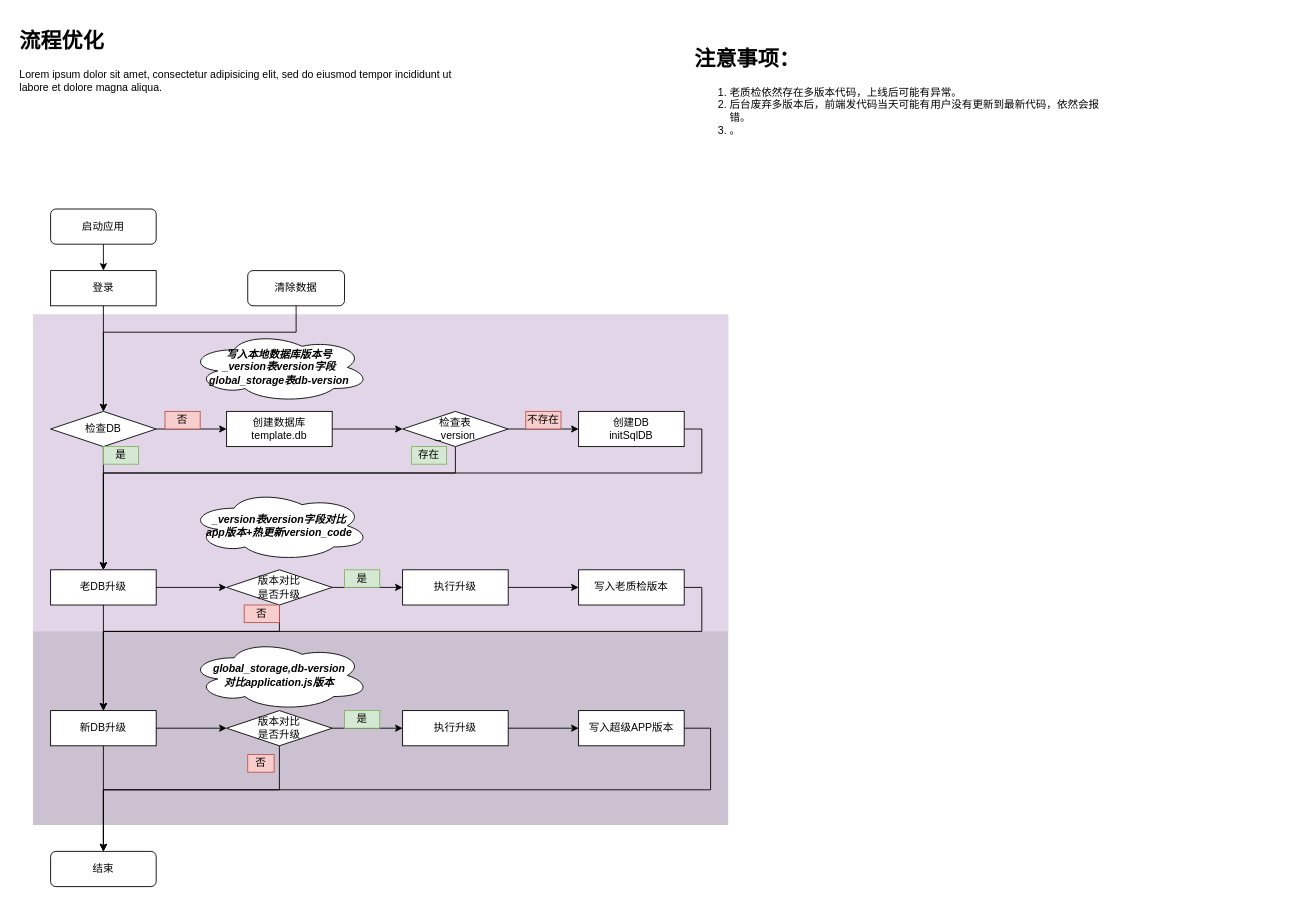
The draw.io diagram sync-data/Untitled Diagram.drawio in jsven/design-draw, before the edit. Source tidied: cells renumbered, new cells numbered last; positions are measured from the earlier drawing's top-left corner, leaving out a move shared by most shapes. Both pictures are drawn from the tidied source at 88%, with x=0, y=0 at pixel (15, 24).
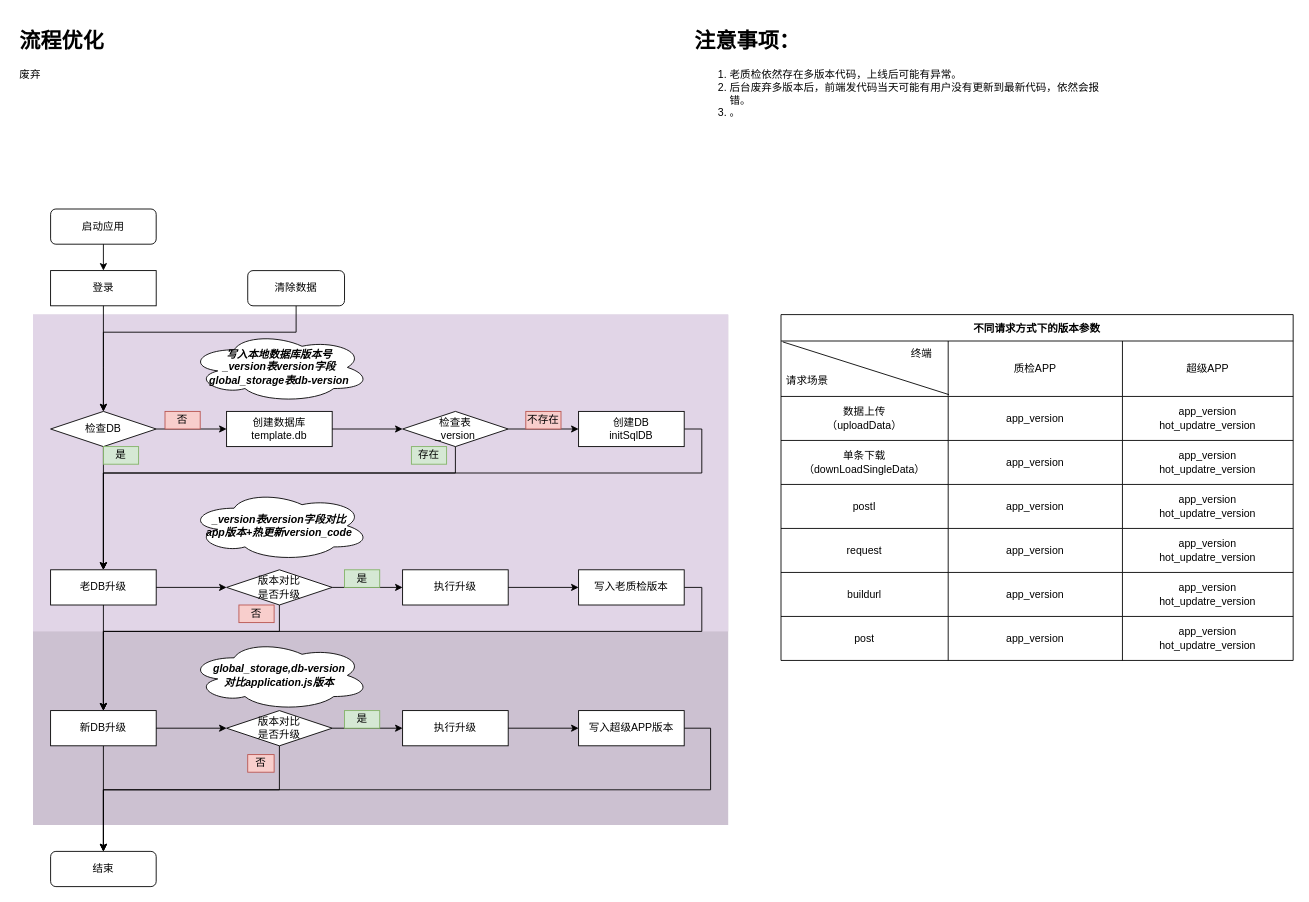
The same diagram, later.

What changed in the source:
```diff
@@
     <mxCell id="4" value="&lt;h1&gt;注意事项：&lt;/h1&gt;&lt;p&gt;&lt;/p&gt;&lt;ol&gt;&lt;li&gt;老质检依然存在多版本代码，上线后可能有异常。&lt;/li&gt;&lt;li&gt;后台废弃多版本后，前端发代码当天可能有用户没有更新到最新代码，依然会报错。&lt;/li&gt;&lt;li&gt;。&lt;/li&gt;&lt;/ol&gt;&lt;p&gt;&lt;/p&gt;" style="text;html=1;strokeColor=none;fillColor=none;spacing=5;spacingTop=-20;whiteSpace=wrap;overflow=hidden;rounded=0;" parent="1" vertex="1">
-      <mxGeometry x="767" y="20" width="470" height="130" as="geometry" />
+      <mxGeometry x="767" width="470" height="130" as="geometry" />
     </mxCell>
-    <mxCell id="5" value="&lt;h1&gt;流程优化&lt;/h1&gt;&lt;p&gt;Lorem ipsum dolor sit amet, consectetur adipisicing elit, sed do eiusmod tempor incididunt ut labore et dolore magna aliqua.&lt;/p&gt;" style="text;html=1;strokeColor=none;fillColor=none;spacing=5;spacingTop=-20;whiteSpace=wrap;overflow=hidden;rounded=0;" parent="1" vertex="1">
+    <mxCell id="5" value="&lt;h1&gt;流程优化&lt;/h1&gt;&lt;p&gt;废弃&lt;/p&gt;" style="text;html=1;strokeColor=none;fillColor=none;spacing=5;spacingTop=-20;whiteSpace=wrap;overflow=hidden;rounded=0;" parent="1" vertex="1">
       <mxGeometry width="510" height="120" as="geometry" />
     </mxCell>
@@
     <mxCell id="49" value="否" style="text;html=1;strokeColor=#b85450;fillColor=#f8cecc;align=center;verticalAlign=middle;whiteSpace=wrap;rounded=0;" parent="1" vertex="1">
-      <mxGeometry x="260" y="660" width="40" height="20" as="geometry" />
+      <mxGeometry x="254" y="660" width="40" height="20" as="geometry" />
     </mxCell>
@@
+    <mxCell id="54" value="不同请求方式下的版本参数" style="shape=table;startSize=30;childLayout=tableLayout;fontStyle=1;align=center;" parent="1" vertex="1">
+      <mxGeometry x="870" y="330" width="582" height="393" as="geometry" />
+    </mxCell>
+    <mxCell id="55" style="shape=partialRectangle;html=1;whiteSpace=wrap;fillColor=none;top=0;left=0;bottom=0;right=0;" parent="54" vertex="1">
+      <mxGeometry y="30" width="582" height="63" as="geometry" />
+    </mxCell>
+    <mxCell id="56" style="shape=partialRectangle;html=1;whiteSpace=wrap;fillColor=none;top=0;left=0;bottom=0;right=0;overflow=hidden;" parent="55" vertex="1">
+      <mxGeometry width="190" height="63" as="geometry" />
+    </mxCell>
+    <mxCell id="57" value="质检APP" style="shape=partialRectangle;html=1;whiteSpace=wrap;fillColor=none;top=0;left=0;bottom=0;right=0;overflow=hidden;" parent="55" vertex="1">
+      <mxGeometry x="190" width="198" height="63" as="geometry" />
+    </mxCell>
+    <mxCell id="58" value="超级APP" style="shape=partialRectangle;html=1;whiteSpace=wrap;fillColor=none;top=0;left=0;bottom=0;right=0;overflow=hidden;" parent="55" vertex="1">
+      <mxGeometry x="388" width="194" height="63" as="geometry" />
+    </mxCell>
+    <mxCell id="59" style="shape=partialRectangle;html=1;whiteSpace=wrap;fillColor=none;top=0;left=0;bottom=0;right=0;points=[[0,0.5],[1,0.5]];portConstraint=eastwest;" parent="54" vertex="1">
+      <mxGeometry y="93" width="582" height="50" as="geometry" />
+    </mxCell>
+    <mxCell id="60" value="数据上传&lt;br&gt;（uploadData）" style="shape=partialRectangle;html=1;whiteSpace=wrap;fillColor=none;top=0;left=0;bottom=0;right=0;overflow=hidden;" parent="59" vertex="1">
+      <mxGeometry width="190" height="50" as="geometry" />
+    </mxCell>
+    <mxCell id="61" value="app_version" style="shape=partialRectangle;html=1;whiteSpace=wrap;fillColor=none;top=0;left=0;bottom=0;right=0;overflow=hidden;" parent="59" vertex="1">
+      <mxGeometry x="190" width="198" height="50" as="geometry" />
+    </mxCell>
+    <mxCell id="62" value="app_version&lt;br&gt;hot_updatre_version" style="shape=partialRectangle;html=1;whiteSpace=wrap;fillColor=none;top=0;left=0;bottom=0;right=0;overflow=hidden;" parent="59" vertex="1">
+      <mxGeometry x="388" width="194" height="50" as="geometry" />
+    </mxCell>
+    <mxCell id="63" style="shape=partialRectangle;html=1;whiteSpace=wrap;fillColor=none;top=0;left=0;bottom=0;right=0;" parent="54" vertex="1">
+      <mxGeometry y="143" width="582" height="50" as="geometry" />
+    </mxCell>
+    <mxCell id="64" value="单条下载&lt;br&gt;（downLoadSingleData）" style="shape=partialRectangle;html=1;whiteSpace=wrap;fillColor=none;top=0;left=0;bottom=0;right=0;overflow=hidden;" parent="63" vertex="1">
+      <mxGeometry width="190" height="50" as="geometry" />
+    </mxCell>
+    <mxCell id="65" value="&lt;span&gt;app_version&lt;/span&gt;" style="shape=partialRectangle;html=1;whiteSpace=wrap;fillColor=none;top=0;left=0;bottom=0;right=0;overflow=hidden;" parent="63" vertex="1">
+      <mxGeometry x="190" width="198" height="50" as="geometry" />
+    </mxCell>
+    <mxCell id="66" value="&lt;span&gt;app_version&lt;/span&gt;&lt;br&gt;&lt;span&gt;hot_updatre_version&lt;/span&gt;" style="shape=partialRectangle;html=1;whiteSpace=wrap;fillColor=none;top=0;left=0;bottom=0;right=0;overflow=hidden;" parent="63" vertex="1">
+      <mxGeometry x="388" width="194" height="50" as="geometry" />
+    </mxCell>
+    <mxCell id="67" style="shape=partialRectangle;html=1;whiteSpace=wrap;fillColor=none;top=0;left=0;bottom=0;right=0;" parent="54" vertex="1">
+      <mxGeometry y="193" width="582" height="50" as="geometry" />
+    </mxCell>
+    <mxCell id="68" value="postI" style="shape=partialRectangle;html=1;whiteSpace=wrap;fillColor=none;top=0;left=0;bottom=0;right=0;overflow=hidden;" parent="67" vertex="1">
+      <mxGeometry width="190" height="50" as="geometry" />
+    </mxCell>
+    <mxCell id="69" value="&lt;span&gt;app_version&lt;/span&gt;" style="shape=partialRectangle;html=1;whiteSpace=wrap;fillColor=none;top=0;left=0;bottom=0;right=0;overflow=hidden;" parent="67" vertex="1">
+      <mxGeometry x="190" width="198" height="50" as="geometry" />
+    </mxCell>
+    <mxCell id="70" value="&lt;span&gt;app_version&lt;/span&gt;&lt;br&gt;&lt;span&gt;hot_updatre_version&lt;/span&gt;" style="shape=partialRectangle;html=1;whiteSpace=wrap;fillColor=none;top=0;left=0;bottom=0;right=0;overflow=hidden;" parent="67" vertex="1">
+      <mxGeometry x="388" width="194" height="50" as="geometry" />
+    </mxCell>
+    <mxCell id="71" style="shape=partialRectangle;html=1;whiteSpace=wrap;fillColor=none;top=0;left=0;bottom=0;right=0;" parent="54" vertex="1">
+      <mxGeometry y="243" width="582" height="50" as="geometry" />
+    </mxCell>
+    <mxCell id="72" value="request" style="shape=partialRectangle;html=1;whiteSpace=wrap;fillColor=none;top=0;left=0;bottom=0;right=0;overflow=hidden;" parent="71" vertex="1">
+      <mxGeometry width="190" height="50" as="geometry" />
+    </mxCell>
+    <mxCell id="73" value="&lt;span&gt;app_version&lt;/span&gt;" style="shape=partialRectangle;html=1;whiteSpace=wrap;fillColor=none;top=0;left=0;bottom=0;right=0;overflow=hidden;" parent="71" vertex="1">
+      <mxGeometry x="190" width="198" height="50" as="geometry" />
+    </mxCell>
+    <mxCell id="74" value="&lt;span&gt;app_version&lt;/span&gt;&lt;br&gt;&lt;span&gt;hot_updatre_version&lt;/span&gt;" style="shape=partialRectangle;html=1;whiteSpace=wrap;fillColor=none;top=0;left=0;bottom=0;right=0;overflow=hidden;" parent="71" vertex="1">
+      <mxGeometry x="388" width="194" height="50" as="geometry" />
+    </mxCell>
+    <mxCell id="75" style="shape=partialRectangle;html=1;whiteSpace=wrap;fillColor=none;top=0;left=0;bottom=0;right=0;" parent="54" vertex="1">
+      <mxGeometry y="293" width="582" height="50" as="geometry" />
+    </mxCell>
+    <mxCell id="76" value="buildurl" style="shape=partialRectangle;html=1;whiteSpace=wrap;fillColor=none;top=0;left=0;bottom=0;right=0;overflow=hidden;" parent="75" vertex="1">
+      <mxGeometry width="190" height="50" as="geometry" />
+    </mxCell>
+    <mxCell id="77" value="&lt;span&gt;app_version&lt;/span&gt;" style="shape=partialRectangle;html=1;whiteSpace=wrap;fillColor=none;top=0;left=0;bottom=0;right=0;overflow=hidden;" parent="75" vertex="1">
+      <mxGeometry x="190" width="198" height="50" as="geometry" />
+    </mxCell>
+    <mxCell id="78" value="&lt;span&gt;app_version&lt;/span&gt;&lt;br&gt;&lt;span&gt;hot_updatre_version&lt;/span&gt;" style="shape=partialRectangle;html=1;whiteSpace=wrap;fillColor=none;top=0;left=0;bottom=0;right=0;overflow=hidden;" parent="75" vertex="1">
+      <mxGeometry x="388" width="194" height="50" as="geometry" />
+    </mxCell>
+    <mxCell id="79" style="shape=partialRectangle;html=1;whiteSpace=wrap;fillColor=none;top=0;left=0;bottom=0;right=0;" parent="54" vertex="1">
+      <mxGeometry y="343" width="582" height="50" as="geometry" />
+    </mxCell>
+    <mxCell id="80" value="post" style="shape=partialRectangle;html=1;whiteSpace=wrap;fillColor=none;top=0;left=0;bottom=0;right=0;overflow=hidden;" parent="79" vertex="1">
+      <mxGeometry width="190" height="50" as="geometry" />
+    </mxCell>
+    <mxCell id="81" value="&lt;span&gt;app_version&lt;/span&gt;" style="shape=partialRectangle;html=1;whiteSpace=wrap;fillColor=none;top=0;left=0;bottom=0;right=0;overflow=hidden;" parent="79" vertex="1">
+      <mxGeometry x="190" width="198" height="50" as="geometry" />
+    </mxCell>
+    <mxCell id="82" value="&lt;span&gt;app_version&lt;/span&gt;&lt;br&gt;&lt;span&gt;hot_updatre_version&lt;/span&gt;" style="shape=partialRectangle;html=1;whiteSpace=wrap;fillColor=none;top=0;left=0;bottom=0;right=0;overflow=hidden;" parent="79" vertex="1">
+      <mxGeometry x="388" width="194" height="50" as="geometry" />
+    </mxCell>
+    <mxCell id="83" style="endArrow=none;html=1;rounded=0;entryX=0.328;entryY=-0.041;entryDx=0;entryDy=0;entryPerimeter=0;endFill=0;" parent="54" edge="1" target="59">
+      <mxGeometry relative="1" as="geometry">
+        <mxPoint x="2" y="31" as="sourcePoint" />
+      </mxGeometry>
+    </mxCell>
+    <mxCell id="84" value="终端" style="text;html=1;strokeColor=none;fillColor=none;align=center;verticalAlign=middle;whiteSpace=wrap;rounded=0;" parent="1" vertex="1">
+      <mxGeometry x="1000" y="360" width="60" height="30" as="geometry" />
+    </mxCell>
+    <mxCell id="85" value="请求场景" style="text;html=1;strokeColor=none;fillColor=none;align=center;verticalAlign=middle;whiteSpace=wrap;rounded=0;" parent="1" vertex="1">
+      <mxGeometry x="870" y="390" width="60" height="30" as="geometry" />
+    </mxCell>
```
